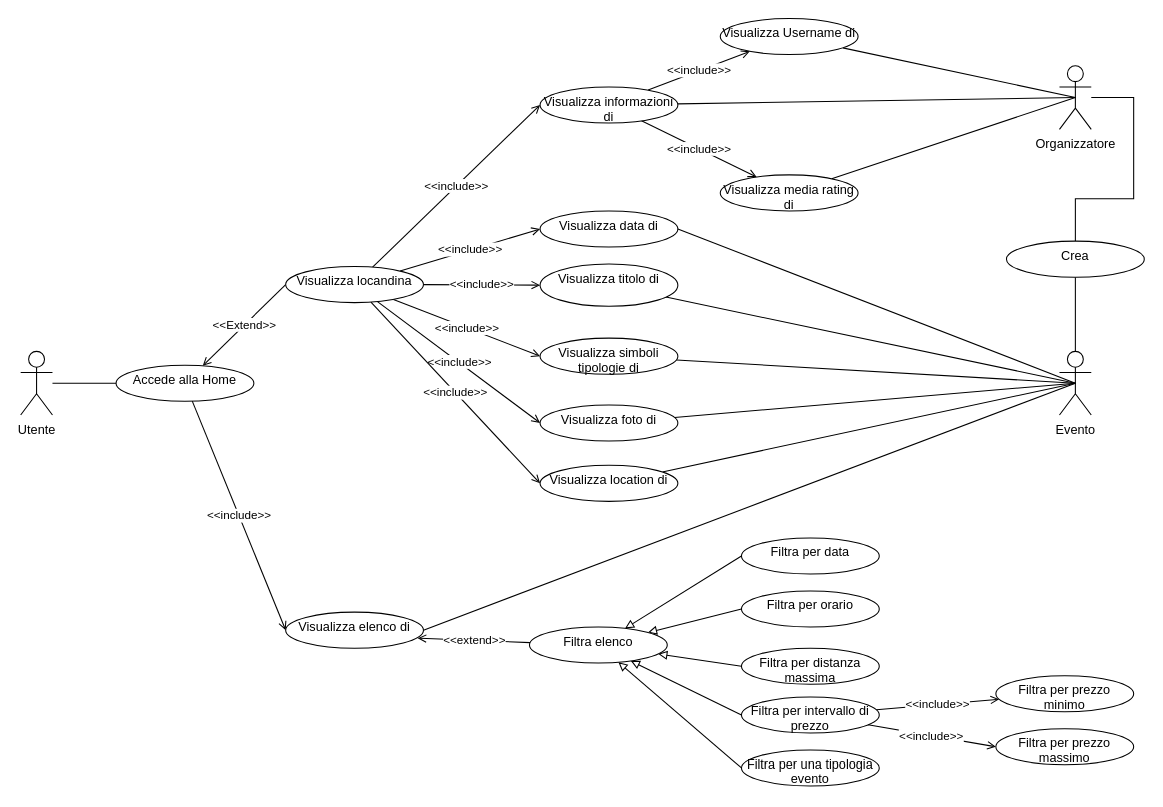
The draw.io diagram UseCase/RF05_Home/Home.drawio in 4spot-team/documentation, before the edit. Source tidied: cells renumbered, new cells numbered last; positions are measured from the earlier drawing's top-left corner, leaving out a move shared by most shapes. Both pictures are drawn from the tidied source at 106%, with x=0, y=0 at pixel (20, 18).
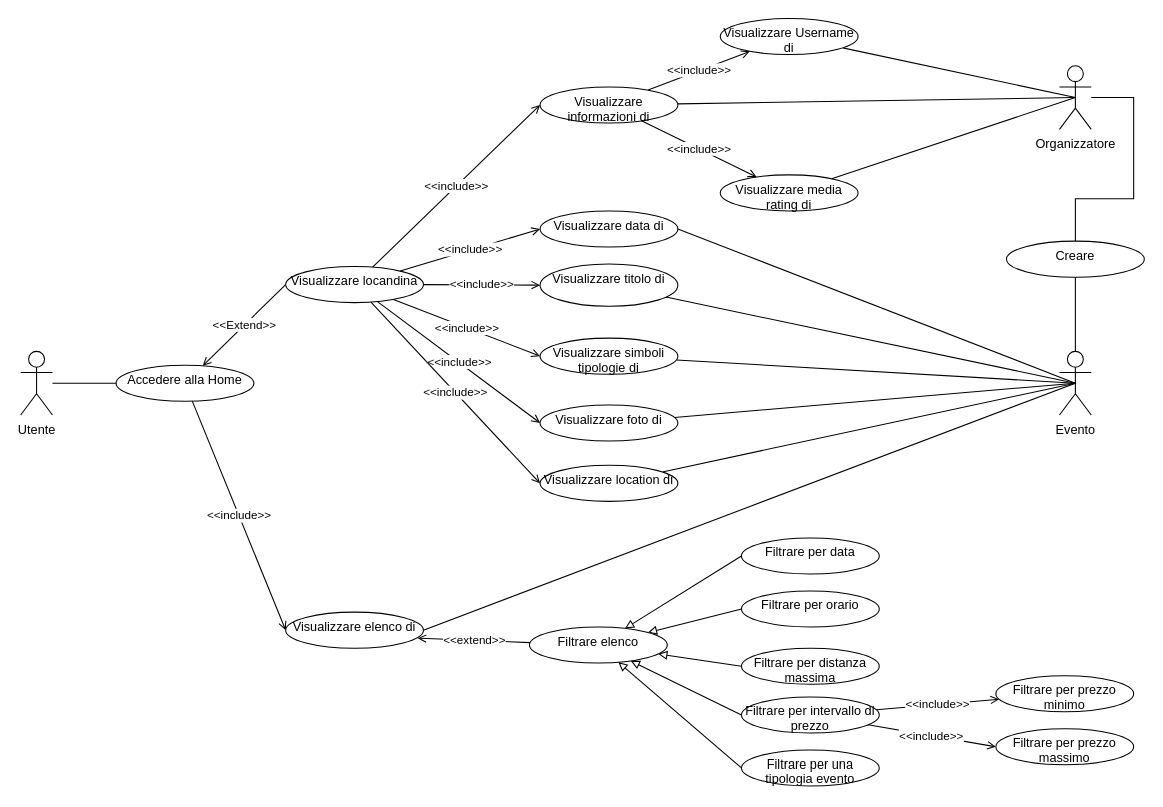
The same page after the edit.

Change to the diagram source:
```diff
@@
-    <mxCell id="6" value="Accede alla Home" style="ellipse;whiteSpace=wrap;html=1;verticalAlign=top;" parent="1" vertex="1">
+    <mxCell id="6" value="Accedere alla Home" style="ellipse;whiteSpace=wrap;html=1;verticalAlign=top;" parent="1" vertex="1">
       <mxGeometry x="90" y="327" width="130" height="34" as="geometry" />
     </mxCell>
@@
-    <mxCell id="13" value="Visualizza locandina" style="ellipse;whiteSpace=wrap;html=1;verticalAlign=top;" parent="1" vertex="1">
+    <mxCell id="13" value="Visualizzare locandina" style="ellipse;whiteSpace=wrap;html=1;verticalAlign=top;" parent="1" vertex="1">
       <mxGeometry x="250" y="234" width="130" height="34" as="geometry" />
     </mxCell>
@@
-    <mxCell id="15" value="Visualizza titolo di" style="ellipse;whiteSpace=wrap;html=1;verticalAlign=top;" parent="1" vertex="1">
+    <mxCell id="15" value="Visualizzare titolo di" style="ellipse;whiteSpace=wrap;html=1;verticalAlign=top;" parent="1" vertex="1">
       <mxGeometry x="490" y="231.5" width="130" height="40" as="geometry" />
     </mxCell>
@@
-    <mxCell id="17" value="Visualizza simboli tipologie di" style="ellipse;whiteSpace=wrap;html=1;verticalAlign=top;" parent="1" vertex="1">
+    <mxCell id="17" value="Visualizzare simboli tipologie di" style="ellipse;whiteSpace=wrap;html=1;verticalAlign=top;" parent="1" vertex="1">
       <mxGeometry x="490" y="301.5" width="130" height="34" as="geometry" />
     </mxCell>
@@
-    <mxCell id="20" value="Visualizza elenco di" style="ellipse;whiteSpace=wrap;html=1;verticalAlign=top;" parent="1" vertex="1">
+    <mxCell id="20" value="Visualizzare elenco di" style="ellipse;whiteSpace=wrap;html=1;verticalAlign=top;" parent="1" vertex="1">
       <mxGeometry x="250" y="560" width="130" height="34" as="geometry" />
     </mxCell>
@@
-    <mxCell id="24" value="Visualizza foto di" style="ellipse;whiteSpace=wrap;html=1;verticalAlign=top;" parent="1" vertex="1">
+    <mxCell id="24" value="Visualizzare foto di" style="ellipse;whiteSpace=wrap;html=1;verticalAlign=top;" parent="1" vertex="1">
       <mxGeometry x="490" y="364.5" width="130" height="34" as="geometry" />
     </mxCell>
@@
-    <mxCell id="26" value="Visualizza location di" style="ellipse;whiteSpace=wrap;html=1;verticalAlign=top;" parent="1" vertex="1">
+    <mxCell id="26" value="Visualizzare location di" style="ellipse;whiteSpace=wrap;html=1;verticalAlign=top;" parent="1" vertex="1">
       <mxGeometry x="490" y="421.5" width="130" height="34" as="geometry" />
     </mxCell>
@@
-    <mxCell id="28" value="Visualizza data di" style="ellipse;whiteSpace=wrap;html=1;verticalAlign=top;" parent="1" vertex="1">
+    <mxCell id="28" value="Visualizzare data di" style="ellipse;whiteSpace=wrap;html=1;verticalAlign=top;" parent="1" vertex="1">
       <mxGeometry x="490" y="181.5" width="130" height="34" as="geometry" />
     </mxCell>
@@
-    <mxCell id="32" value="Visualizza informazioni di" style="ellipse;whiteSpace=wrap;html=1;verticalAlign=top;" parent="1" vertex="1">
+    <mxCell id="32" value="Visualizzare informazioni di" style="ellipse;whiteSpace=wrap;html=1;verticalAlign=top;" parent="1" vertex="1">
       <mxGeometry x="490" y="64.5" width="130" height="34" as="geometry" />
     </mxCell>
@@
-    <mxCell id="34" value="Visualizza Username di" style="ellipse;whiteSpace=wrap;html=1;verticalAlign=top;" parent="1" vertex="1">
+    <mxCell id="34" value="Visualizzare Username di" style="ellipse;whiteSpace=wrap;html=1;verticalAlign=top;" parent="1" vertex="1">
       <mxGeometry x="660" width="130" height="34" as="geometry" />
     </mxCell>
@@
-    <mxCell id="36" value="Visualizza media rating di" style="ellipse;whiteSpace=wrap;html=1;verticalAlign=top;" parent="1" vertex="1">
+    <mxCell id="36" value="Visualizzare media rating di" style="ellipse;whiteSpace=wrap;html=1;verticalAlign=top;" parent="1" vertex="1">
       <mxGeometry x="660" y="147.5" width="130" height="34" as="geometry" />
     </mxCell>
@@
-    <mxCell id="42" value="Filtra elenco" style="ellipse;whiteSpace=wrap;html=1;verticalAlign=top;" parent="1" vertex="1">
+    <mxCell id="42" value="Filtrare elenco" style="ellipse;whiteSpace=wrap;html=1;verticalAlign=top;" parent="1" vertex="1">
       <mxGeometry x="480" y="574" width="130" height="34" as="geometry" />
     </mxCell>
-    <mxCell id="43" value="Filtra per data" style="ellipse;whiteSpace=wrap;html=1;verticalAlign=top;" parent="1" vertex="1">
+    <mxCell id="43" value="Filtrare per data" style="ellipse;whiteSpace=wrap;html=1;verticalAlign=top;" parent="1" vertex="1">
       <mxGeometry x="680" y="490" width="130" height="34" as="geometry" />
     </mxCell>
-    <mxCell id="44" value="Filtra per orario" style="ellipse;whiteSpace=wrap;html=1;verticalAlign=top;" parent="1" vertex="1">
+    <mxCell id="44" value="Filtrare per orario" style="ellipse;whiteSpace=wrap;html=1;verticalAlign=top;" parent="1" vertex="1">
       <mxGeometry x="680" y="540" width="130" height="34" as="geometry" />
     </mxCell>
-    <mxCell id="45" value="Filtra per distanza massima" style="ellipse;whiteSpace=wrap;html=1;verticalAlign=top;" parent="1" vertex="1">
+    <mxCell id="45" value="Filtrare per distanza massima" style="ellipse;whiteSpace=wrap;html=1;verticalAlign=top;" parent="1" vertex="1">
       <mxGeometry x="680" y="594" width="130" height="34" as="geometry" />
     </mxCell>
@@
-    <mxCell id="48" value="Filtra per intervallo di prezzo" style="ellipse;whiteSpace=wrap;html=1;verticalAlign=top;" parent="1" vertex="1">
+    <mxCell id="48" value="Filtrare per intervallo di prezzo" style="ellipse;whiteSpace=wrap;html=1;verticalAlign=top;" parent="1" vertex="1">
       <mxGeometry x="680" y="640" width="130" height="34" as="geometry" />
     </mxCell>
-    <mxCell id="49" value="Filtra per una tipologia evento" style="ellipse;whiteSpace=wrap;html=1;verticalAlign=top;" parent="1" vertex="1">
+    <mxCell id="49" value="Filtrare per una tipologia evento" style="ellipse;whiteSpace=wrap;html=1;verticalAlign=top;" parent="1" vertex="1">
       <mxGeometry x="680" y="690" width="130" height="34" as="geometry" />
     </mxCell>
-    <mxCell id="50" value="Filtra per prezzo minimo" style="ellipse;whiteSpace=wrap;html=1;verticalAlign=top;" parent="1" vertex="1">
+    <mxCell id="50" value="Filtrare per prezzo minimo" style="ellipse;whiteSpace=wrap;html=1;verticalAlign=top;" parent="1" vertex="1">
       <mxGeometry x="920" y="620" width="130" height="34" as="geometry" />
     </mxCell>
-    <mxCell id="51" value="Filtra per prezzo massimo" style="ellipse;whiteSpace=wrap;html=1;verticalAlign=top;" parent="1" vertex="1">
+    <mxCell id="51" value="Filtrare per prezzo massimo" style="ellipse;whiteSpace=wrap;html=1;verticalAlign=top;" parent="1" vertex="1">
       <mxGeometry x="920" y="670" width="130" height="34" as="geometry" />
     </mxCell>
@@
-    <mxCell id="54" value="Crea" style="ellipse;whiteSpace=wrap;html=1;verticalAlign=top;" parent="1" vertex="1">
+    <mxCell id="54" value="Creare" style="ellipse;whiteSpace=wrap;html=1;verticalAlign=top;" parent="1" vertex="1">
       <mxGeometry x="930" y="210" width="130" height="34" as="geometry" />
     </mxCell>
```
